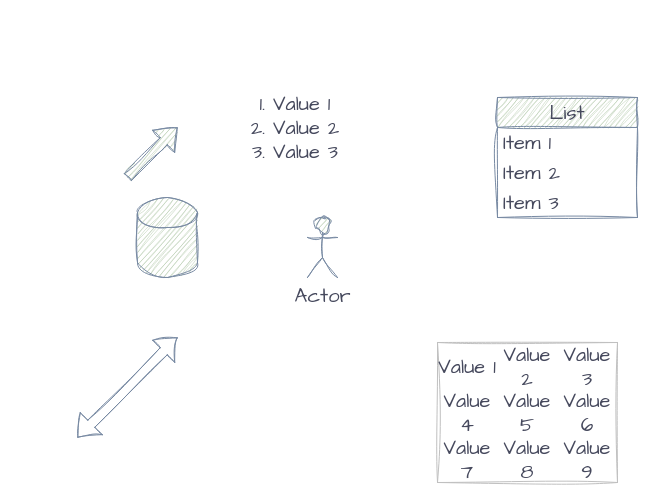
The draw.io diagram 未命名绘图.drawio in LittleY98/Draw_Repository, before the edit. Source tidied: cells renumbered, new cells numbered last; positions are measured from the earlier drawing's top-left corner, leaving out a move shared by most shapes. Both pictures are drawn from the tidied source at 100%, with x=0, y=0 at pixel (77, 67).
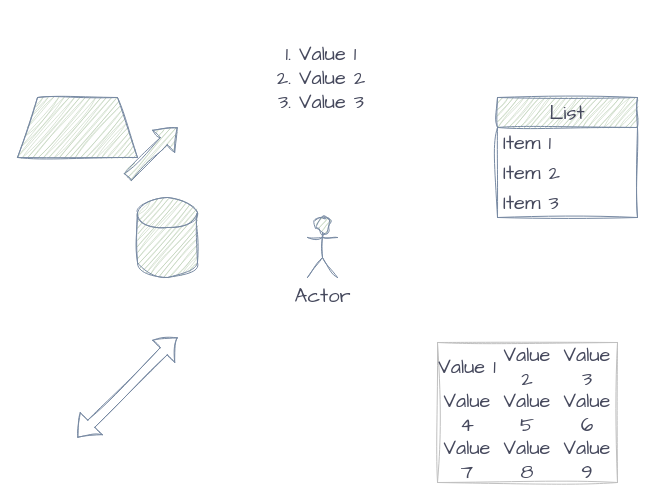
Above is the later version.

Commit message:
更新未命名绘图.drawio

What changed in the source:
```diff
@@
     <mxCell id="23" value="&lt;ol&gt;&lt;li&gt;Value 1&lt;/li&gt;&lt;li&gt;Value 2&lt;/li&gt;&lt;li&gt;Value 3&lt;/li&gt;&lt;/ol&gt;" style="text;strokeColor=none;fillColor=none;html=1;whiteSpace=wrap;verticalAlign=middle;overflow=hidden;fontSize=20;fontFamily=Architects Daughter;fontColor=#46495D;" parent="1" vertex="1">
-      <mxGeometry x="154" width="160" height="120" as="geometry" />
+      <mxGeometry x="180" y="-50" width="160" height="120" as="geometry" />
     </mxCell>
+    <mxCell id="24" style="shape=trapezoid;perimeter=trapezoidPerimeter;whiteSpace=wrap;html=1;fixedSize=1;sketch=1;hachureGap=4;jiggle=2;curveFitting=1;strokeColor=#788AA3;fontFamily=Architects Daughter;fontSize=20;fontColor=#46495D;fillColor=#B2C9AB;" parent="1" vertex="1">
+      <mxGeometry x="-60" y="30" width="120" height="60" as="geometry" />
+    </mxCell>
```
